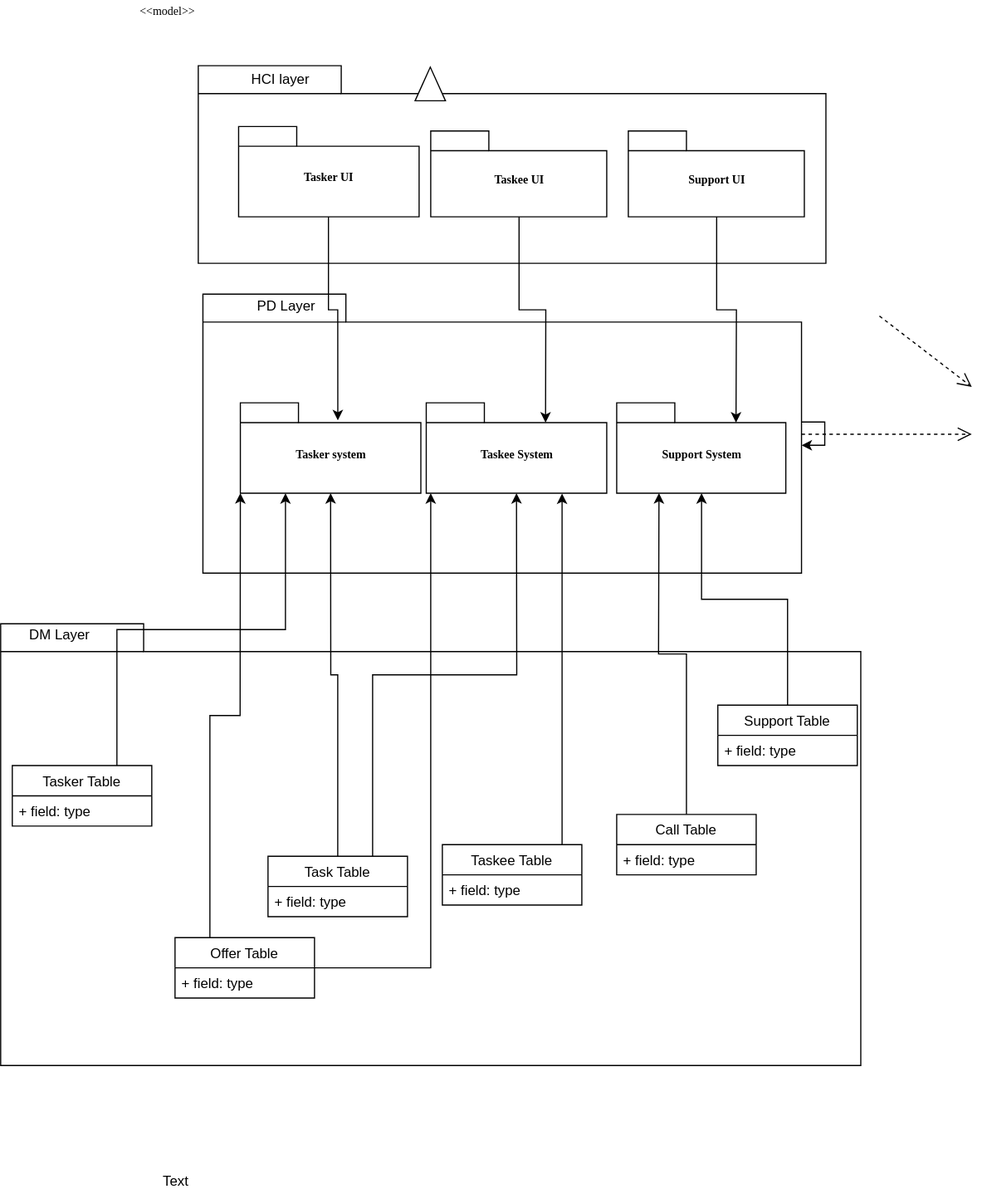
Earlier version of the draw.io export planning-and-analysis/functional-modeling/diagrams/package-diagram/Untitled Diagram.svg (hessamhz/software-engineering-project). Source tidied: cells renumbered, new cells last; positions are measured from the earlier drawing's top-left corner, leaving out a move shared by most shapes. Source of this version:
```xml
<mxGraphModel background="#ffffff">
  <root>
    <mxCell id="0" />
    <mxCell id="1" parent="0" />
    <mxCell id="2" style="shape=folder;fontStyle=1;spacingTop=10;tabWidth=123;tabHeight=24;tabPosition=left;html=1;rounded=0;shadow=0;comic=0;labelBackgroundColor=none;strokeColor=#000000;strokeWidth=1;fillColor=#ffffff;fontFamily=Verdana;fontSize=10;fontColor=#000000;align=center;" parent="1" vertex="1">
      <mxGeometry y="536" width="740" height="380" as="geometry" />
    </mxCell>
    <mxCell id="3" style="group;" parent="1" vertex="1">
      <mxGeometry x="170" y="56" width="540" height="170" as="geometry" />
    </mxCell>
    <mxCell id="4" style="shape=folder;fontStyle=1;spacingTop=10;tabWidth=123;tabHeight=24;tabPosition=left;html=1;rounded=0;shadow=0;comic=0;labelBackgroundColor=none;strokeWidth=1;fontFamily=Verdana;fontSize=10;align=center;" parent="3" vertex="1">
      <mxGeometry width="540" height="170" as="geometry" />
    </mxCell>
    <mxCell id="5" style="triangle;whiteSpace=wrap;html=1;rounded=0;shadow=0;comic=0;labelBackgroundColor=none;strokeWidth=1;fontFamily=Verdana;fontSize=10;align=center;rotation=-90;" parent="3" vertex="1">
      <mxGeometry x="185.1" y="2.6" width="28.9" height="26.2" as="geometry" />
    </mxCell>
    <mxCell id="6" value="Tasker UI" style="shape=folder;fontStyle=1;spacingTop=10;tabWidth=50;tabHeight=17;tabPosition=left;html=1;rounded=0;shadow=0;comic=0;labelBackgroundColor=none;strokeWidth=1;fontFamily=Verdana;fontSize=10;align=center;" parent="3" vertex="1">
      <mxGeometry x="34.7" y="52.3" width="155.3" height="77.7" as="geometry" />
    </mxCell>
    <mxCell id="7" value="Taskee UI" style="shape=folder;fontStyle=1;spacingTop=10;tabWidth=50;tabHeight=17;tabPosition=left;html=1;rounded=0;shadow=0;comic=0;labelBackgroundColor=none;strokeWidth=1;fontFamily=Verdana;fontSize=10;align=center;" parent="3" vertex="1">
      <mxGeometry x="200" y="56.1" width="151.4" height="73.8" as="geometry" />
    </mxCell>
    <mxCell id="8" value="HCI layer" style="text;html=1;strokeColor=none;fillColor=none;align=center;verticalAlign=middle;whiteSpace=wrap;rounded=0;" parent="3" vertex="1">
      <mxGeometry x="30" y="2" width="80" height="20" as="geometry" />
    </mxCell>
    <mxCell id="9" value="Support UI" style="shape=folder;fontStyle=1;spacingTop=10;tabWidth=50;tabHeight=17;tabPosition=left;html=1;rounded=0;shadow=0;comic=0;labelBackgroundColor=none;strokeWidth=1;fontFamily=Verdana;fontSize=10;align=center;" parent="3" vertex="1">
      <mxGeometry x="370" y="56.2" width="151.4" height="73.8" as="geometry" />
    </mxCell>
    <mxCell id="10" style="edgeStyle=elbowEdgeStyle;rounded=0;html=1;dashed=1;labelBackgroundColor=none;startFill=0;endArrow=open;endFill=0;endSize=10;fontFamily=Verdana;fontSize=10;elbow=vertical;" parent="1" edge="1" source="11">
      <mxGeometry relative="1" as="geometry">
        <mxPoint x="835.5" y="373" as="targetPoint" />
      </mxGeometry>
    </mxCell>
    <mxCell id="11" style="shape=folder;fontStyle=1;spacingTop=10;tabWidth=123;tabHeight=24;tabPosition=left;html=1;rounded=0;shadow=0;comic=0;labelBackgroundColor=none;strokeColor=#000000;strokeWidth=1;fillColor=#ffffff;fontFamily=Verdana;fontSize=10;fontColor=#000000;align=center;" parent="1" vertex="1">
      <mxGeometry x="174" y="252.5" width="515" height="240" as="geometry" />
    </mxCell>
    <mxCell id="12" style="edgeStyle=none;rounded=0;html=1;dashed=1;labelBackgroundColor=none;startFill=0;endArrow=open;endFill=0;endSize=10;fontFamily=Verdana;fontSize=10;exitX=1.002;exitY=0.668;exitPerimeter=0;" parent="1" edge="1">
      <mxGeometry relative="1" as="geometry">
        <mxPoint x="756.1" y="271.3" as="sourcePoint" />
        <mxPoint x="835.5" y="332.3" as="targetPoint" />
      </mxGeometry>
    </mxCell>
    <mxCell id="13" value="&amp;lt;&amp;lt;model&amp;gt;&amp;gt;" style="text;html=1;align=left;verticalAlign=top;spacingTop=-4;fontSize=10;fontFamily=Verdana;" parent="1" vertex="1">
      <mxGeometry x="117.5" y="0.5" width="130" height="20" as="geometry" />
    </mxCell>
    <mxCell id="14" value="PD Layer" style="text;html=1;strokeColor=none;fillColor=none;align=center;verticalAlign=middle;whiteSpace=wrap;rounded=0;" parent="1" vertex="1">
      <mxGeometry x="200" y="252.5" width="90" height="20" as="geometry" />
    </mxCell>
    <mxCell id="15" value="Tasker system" style="shape=folder;fontStyle=1;spacingTop=10;tabWidth=50;tabHeight=17;tabPosition=left;html=1;rounded=0;shadow=0;comic=0;labelBackgroundColor=none;strokeWidth=1;fontFamily=Verdana;fontSize=10;align=center;" parent="1" vertex="1">
      <mxGeometry x="206.2" y="346" width="155.3" height="77.7" as="geometry" />
    </mxCell>
    <mxCell id="16" value="Taskee System" style="shape=folder;fontStyle=1;spacingTop=10;tabWidth=50;tabHeight=17;tabPosition=left;html=1;rounded=0;shadow=0;comic=0;labelBackgroundColor=none;strokeWidth=1;fontFamily=Verdana;fontSize=10;align=center;" parent="1" vertex="1">
      <mxGeometry x="366.1" y="346" width="155.3" height="77.7" as="geometry" />
    </mxCell>
    <mxCell id="17" value="Support System" style="shape=folder;fontStyle=1;spacingTop=10;tabWidth=50;tabHeight=17;tabPosition=left;html=1;rounded=0;shadow=0;comic=0;labelBackgroundColor=none;strokeWidth=1;fontFamily=Verdana;fontSize=10;align=center;" parent="1" vertex="1">
      <mxGeometry x="530" y="346" width="145.5" height="77.7" as="geometry" />
    </mxCell>
    <mxCell id="18" style="edgeStyle=orthogonalEdgeStyle;rounded=0;jettySize=auto;html=1;entryX=0.54;entryY=0.193;entryDx=0;entryDy=0;entryPerimeter=0;" parent="1" edge="1" source="6" target="15">
      <mxGeometry relative="1" as="geometry" />
    </mxCell>
    <mxCell id="19" style="edgeStyle=orthogonalEdgeStyle;rounded=0;jettySize=auto;html=1;entryX=0;entryY=0;entryDx=102.645;entryDy=17;entryPerimeter=0;" parent="1" edge="1" source="7" target="16">
      <mxGeometry relative="1" as="geometry" />
    </mxCell>
    <mxCell id="20" style="edgeStyle=orthogonalEdgeStyle;rounded=0;jettySize=auto;html=1;entryX=0;entryY=0;entryDx=102.645;entryDy=17;entryPerimeter=0;" parent="1" edge="1" source="9" target="17">
      <mxGeometry relative="1" as="geometry" />
    </mxCell>
    <mxCell id="21" value="DM Layer" style="text;html=1;strokeColor=none;fillColor=none;align=center;verticalAlign=middle;whiteSpace=wrap;rounded=0;" parent="1" vertex="1">
      <mxGeometry x="10" y="536" width="80" height="20" as="geometry" />
    </mxCell>
    <mxCell id="22" style="edgeStyle=orthogonalEdgeStyle;rounded=0;jettySize=auto;html=1;exitX=0.75;exitY=0;exitDx=0;exitDy=0;entryX=0.5;entryY=1;entryDx=0;entryDy=0;entryPerimeter=0;" parent="1" edge="1" source="24" target="16">
      <mxGeometry relative="1" as="geometry" />
    </mxCell>
    <mxCell id="23" style="edgeStyle=orthogonalEdgeStyle;rounded=0;jettySize=auto;html=1;exitX=0.5;exitY=0;exitDx=0;exitDy=0;entryX=0.5;entryY=1;entryDx=0;entryDy=0;entryPerimeter=0;" parent="1" edge="1" source="24" target="15">
      <mxGeometry relative="1" as="geometry" />
    </mxCell>
    <mxCell id="24" value="Task Table" style="swimlane;fontStyle=0;horizontal=1;startSize=26;fillColor=none;" parent="1" vertex="1">
      <mxGeometry x="230" y="736" width="120" height="52" as="geometry" />
    </mxCell>
    <mxCell id="25" value="+ field: type" style="text;strokeColor=none;fillColor=none;align=left;verticalAlign=top;spacingLeft=4;spacingRight=4;overflow=hidden;" parent="24" vertex="1">
      <mxGeometry y="26" width="120" height="26" as="geometry" />
    </mxCell>
    <mxCell id="26" style="edgeStyle=orthogonalEdgeStyle;rounded=0;jettySize=auto;html=1;entryX=0.75;entryY=1;entryDx=0;entryDy=0;entryPerimeter=0;" parent="1" edge="1" source="27" target="16">
      <mxGeometry relative="1" as="geometry">
        <Array as="points">
          <mxPoint x="483" y="656" />
          <mxPoint x="483" y="656" />
        </Array>
      </mxGeometry>
    </mxCell>
    <mxCell id="27" value="Taskee Table" style="swimlane;fontStyle=0;horizontal=1;startSize=26;fillColor=none;" parent="1" vertex="1">
      <mxGeometry x="380" y="726" width="120" height="52" as="geometry" />
    </mxCell>
    <mxCell id="28" value="+ field: type" style="text;strokeColor=none;fillColor=none;align=left;verticalAlign=top;spacingLeft=4;spacingRight=4;overflow=hidden;" parent="27" vertex="1">
      <mxGeometry y="26" width="120" height="26" as="geometry" />
    </mxCell>
    <mxCell id="29" value="Text" style="text;html=1;strokeColor=none;fillColor=none;align=center;verticalAlign=middle;whiteSpace=wrap;rounded=0;" parent="1" vertex="1">
      <mxGeometry x="130" y="1006" width="40" height="20" as="geometry" />
    </mxCell>
    <mxCell id="30" style="edgeStyle=orthogonalEdgeStyle;rounded=0;jettySize=auto;html=1;exitX=0.75;exitY=0;exitDx=0;exitDy=0;entryX=0.25;entryY=1;entryDx=0;entryDy=0;entryPerimeter=0;" parent="1" edge="1" source="31" target="15">
      <mxGeometry relative="1" as="geometry" />
    </mxCell>
    <mxCell id="31" value="Tasker Table" style="swimlane;fontStyle=0;horizontal=1;startSize=26;fillColor=none;" parent="1" vertex="1">
      <mxGeometry x="10" y="658" width="120" height="52" as="geometry" />
    </mxCell>
    <mxCell id="32" value="+ field: type" style="text;strokeColor=none;fillColor=none;align=left;verticalAlign=top;spacingLeft=4;spacingRight=4;overflow=hidden;" parent="31" vertex="1">
      <mxGeometry y="26" width="120" height="26" as="geometry" />
    </mxCell>
    <mxCell id="33" style="edgeStyle=orthogonalEdgeStyle;rounded=0;jettySize=auto;html=1;" parent="1" edge="1" source="34" target="17">
      <mxGeometry relative="1" as="geometry" />
    </mxCell>
    <mxCell id="34" value="Support Table" style="swimlane;fontStyle=0;horizontal=1;startSize=26;fillColor=none;" parent="1" vertex="1">
      <mxGeometry x="617" y="606" width="120" height="52" as="geometry" />
    </mxCell>
    <mxCell id="35" value="+ field: type" style="text;strokeColor=none;fillColor=none;align=left;verticalAlign=top;spacingLeft=4;spacingRight=4;overflow=hidden;" parent="34" vertex="1">
      <mxGeometry y="26" width="120" height="26" as="geometry" />
    </mxCell>
    <mxCell id="36" style="edgeStyle=orthogonalEdgeStyle;rounded=0;orthogonalLoop=1;jettySize=auto;html=1;" parent="1" edge="1" source="11" target="11">
      <mxGeometry relative="1" as="geometry" />
    </mxCell>
    <mxCell id="37" style="edgeStyle=orthogonalEdgeStyle;rounded=0;jettySize=auto;html=1;" parent="1" edge="1" source="39" target="16">
      <mxGeometry relative="1" as="geometry">
        <Array as="points">
          <mxPoint x="370" y="832" />
        </Array>
      </mxGeometry>
    </mxCell>
    <mxCell id="38" style="edgeStyle=orthogonalEdgeStyle;rounded=0;jettySize=auto;html=1;exitX=0.25;exitY=0;exitDx=0;exitDy=0;entryX=0;entryY=0;entryDx=0;entryDy=77.69;entryPerimeter=0;" parent="1" edge="1" source="39" target="15">
      <mxGeometry relative="1" as="geometry" />
    </mxCell>
    <mxCell id="39" value="Offer Table" style="swimlane;fontStyle=0;horizontal=1;startSize=26;fillColor=none;" parent="1" vertex="1">
      <mxGeometry x="150" y="806" width="120" height="52" as="geometry" />
    </mxCell>
    <mxCell id="40" value="+ field: type" style="text;strokeColor=none;fillColor=none;align=left;verticalAlign=top;spacingLeft=4;spacingRight=4;overflow=hidden;" parent="39" vertex="1">
      <mxGeometry y="26" width="120" height="26" as="geometry" />
    </mxCell>
    <mxCell id="41" style="edgeStyle=orthogonalEdgeStyle;rounded=0;jettySize=auto;html=1;entryX=0.25;entryY=1;entryDx=0;entryDy=0;entryPerimeter=0;" parent="1" edge="1" source="42" target="17">
      <mxGeometry relative="1" as="geometry" />
    </mxCell>
    <mxCell id="42" value="Call Table" style="swimlane;fontStyle=0;horizontal=1;startSize=26;fillColor=none;" parent="1" vertex="1">
      <mxGeometry x="530" y="700" width="120" height="52" as="geometry" />
    </mxCell>
    <mxCell id="43" value="+ field: type" style="text;strokeColor=none;fillColor=none;align=left;verticalAlign=top;spacingLeft=4;spacingRight=4;overflow=hidden;" parent="42" vertex="1">
      <mxGeometry y="26" width="120" height="26" as="geometry" />
    </mxCell>
  </root>
</mxGraphModel>
```
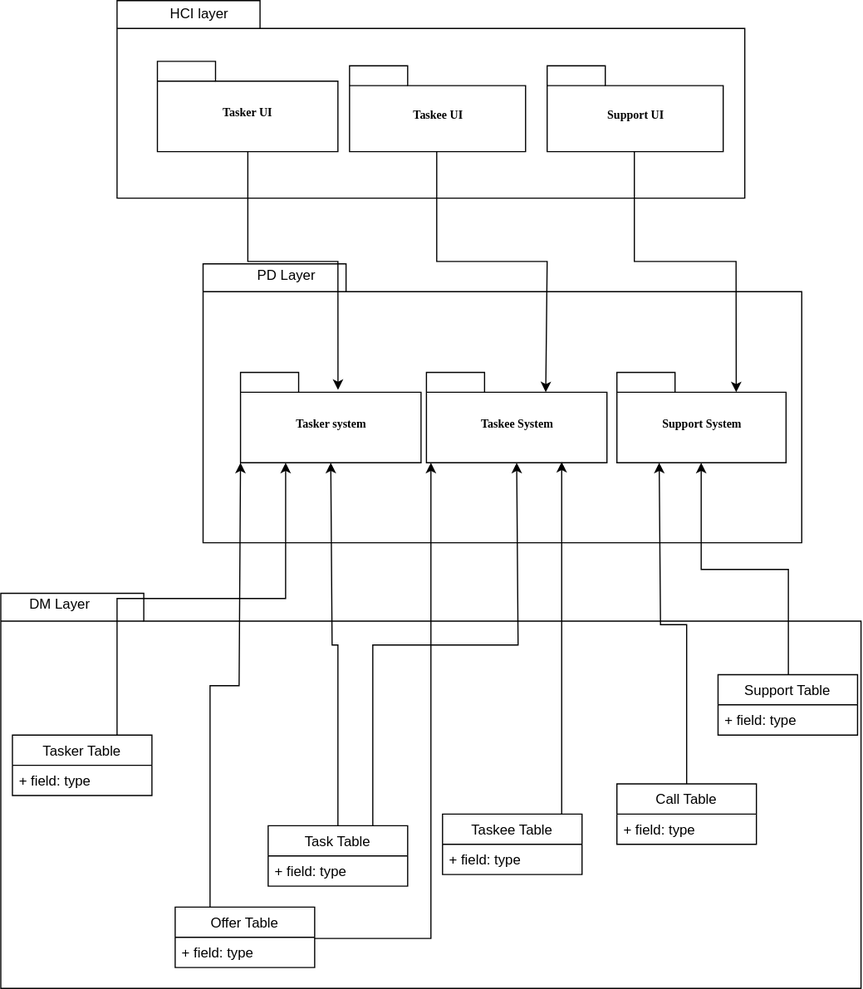
After the commit.

The edit, as a diff of the source:
```diff
@@ -3,17 +3,14 @@
     <mxCell id="0" />
     <mxCell id="1" parent="0" />
     <mxCell id="2" style="shape=folder;fontStyle=1;spacingTop=10;tabWidth=123;tabHeight=24;tabPosition=left;html=1;rounded=0;shadow=0;comic=0;labelBackgroundColor=none;strokeColor=#000000;strokeWidth=1;fillColor=#ffffff;fontFamily=Verdana;fontSize=10;fontColor=#000000;align=center;" parent="1" vertex="1">
-      <mxGeometry y="536" width="740" height="380" as="geometry" />
+      <mxGeometry y="536" width="740" height="340" as="geometry" />
     </mxCell>
     <mxCell id="3" style="group;" parent="1" vertex="1">
-      <mxGeometry x="170" y="56" width="540" height="170" as="geometry" />
+      <mxGeometry x="100" y="26" width="540" height="170" as="geometry" />
     </mxCell>
     <mxCell id="4" style="shape=folder;fontStyle=1;spacingTop=10;tabWidth=123;tabHeight=24;tabPosition=left;html=1;rounded=0;shadow=0;comic=0;labelBackgroundColor=none;strokeWidth=1;fontFamily=Verdana;fontSize=10;align=center;" parent="3" vertex="1">
       <mxGeometry width="540" height="170" as="geometry" />
     </mxCell>
-    <mxCell id="5" style="triangle;whiteSpace=wrap;html=1;rounded=0;shadow=0;comic=0;labelBackgroundColor=none;strokeWidth=1;fontFamily=Verdana;fontSize=10;align=center;rotation=-90;" parent="3" vertex="1">
-      <mxGeometry x="185.1" y="2.6" width="28.9" height="26.2" as="geometry" />
-    </mxCell>
     <mxCell id="6" value="Tasker UI" style="shape=folder;fontStyle=1;spacingTop=10;tabWidth=50;tabHeight=17;tabPosition=left;html=1;rounded=0;shadow=0;comic=0;labelBackgroundColor=none;strokeWidth=1;fontFamily=Verdana;fontSize=10;align=center;" parent="3" vertex="1">
       <mxGeometry x="34.7" y="52.3" width="155.3" height="77.7" as="geometry" />
     </mxCell>
@@ -26,23 +23,9 @@
     <mxCell id="9" value="Support UI" style="shape=folder;fontStyle=1;spacingTop=10;tabWidth=50;tabHeight=17;tabPosition=left;html=1;rounded=0;shadow=0;comic=0;labelBackgroundColor=none;strokeWidth=1;fontFamily=Verdana;fontSize=10;align=center;" parent="3" vertex="1">
       <mxGeometry x="370" y="56.2" width="151.4" height="73.8" as="geometry" />
     </mxCell>
-    <mxCell id="10" style="edgeStyle=elbowEdgeStyle;rounded=0;html=1;dashed=1;labelBackgroundColor=none;startFill=0;endArrow=open;endFill=0;endSize=10;fontFamily=Verdana;fontSize=10;elbow=vertical;" parent="1" edge="1" source="11">
-      <mxGeometry relative="1" as="geometry">
-        <mxPoint x="835.5" y="373" as="targetPoint" />
-      </mxGeometry>
-    </mxCell>
     <mxCell id="11" style="shape=folder;fontStyle=1;spacingTop=10;tabWidth=123;tabHeight=24;tabPosition=left;html=1;rounded=0;shadow=0;comic=0;labelBackgroundColor=none;strokeColor=#000000;strokeWidth=1;fillColor=#ffffff;fontFamily=Verdana;fontSize=10;fontColor=#000000;align=center;" parent="1" vertex="1">
       <mxGeometry x="174" y="252.5" width="515" height="240" as="geometry" />
     </mxCell>
-    <mxCell id="12" style="edgeStyle=none;rounded=0;html=1;dashed=1;labelBackgroundColor=none;startFill=0;endArrow=open;endFill=0;endSize=10;fontFamily=Verdana;fontSize=10;exitX=1.002;exitY=0.668;exitPerimeter=0;" parent="1" edge="1">
-      <mxGeometry relative="1" as="geometry">
-        <mxPoint x="756.1" y="271.3" as="sourcePoint" />
-        <mxPoint x="835.5" y="332.3" as="targetPoint" />
-      </mxGeometry>
-    </mxCell>
-    <mxCell id="13" value="&amp;lt;&amp;lt;model&amp;gt;&amp;gt;" style="text;html=1;align=left;verticalAlign=top;spacingTop=-4;fontSize=10;fontFamily=Verdana;" parent="1" vertex="1">
-      <mxGeometry x="117.5" y="0.5" width="130" height="20" as="geometry" />
-    </mxCell>
     <mxCell id="14" value="PD Layer" style="text;html=1;strokeColor=none;fillColor=none;align=center;verticalAlign=middle;whiteSpace=wrap;rounded=0;" parent="1" vertex="1">
       <mxGeometry x="200" y="252.5" width="90" height="20" as="geometry" />
     </mxCell>
@@ -93,9 +76,6 @@
     <mxCell id="28" value="+ field: type" style="text;strokeColor=none;fillColor=none;align=left;verticalAlign=top;spacingLeft=4;spacingRight=4;overflow=hidden;" parent="27" vertex="1">
       <mxGeometry y="26" width="120" height="26" as="geometry" />
     </mxCell>
-    <mxCell id="29" value="Text" style="text;html=1;strokeColor=none;fillColor=none;align=center;verticalAlign=middle;whiteSpace=wrap;rounded=0;" parent="1" vertex="1">
-      <mxGeometry x="130" y="1006" width="40" height="20" as="geometry" />
-    </mxCell>
     <mxCell id="30" style="edgeStyle=orthogonalEdgeStyle;rounded=0;jettySize=auto;html=1;exitX=0.75;exitY=0;exitDx=0;exitDy=0;entryX=0.25;entryY=1;entryDx=0;entryDy=0;entryPerimeter=0;" parent="1" edge="1" source="31" target="15">
       <mxGeometry relative="1" as="geometry" />
     </mxCell>
@@ -114,9 +94,6 @@
     <mxCell id="35" value="+ field: type" style="text;strokeColor=none;fillColor=none;align=left;verticalAlign=top;spacingLeft=4;spacingRight=4;overflow=hidden;" parent="34" vertex="1">
       <mxGeometry y="26" width="120" height="26" as="geometry" />
     </mxCell>
-    <mxCell id="36" style="edgeStyle=orthogonalEdgeStyle;rounded=0;orthogonalLoop=1;jettySize=auto;html=1;" parent="1" edge="1" source="11" target="11">
-      <mxGeometry relative="1" as="geometry" />
-    </mxCell>
     <mxCell id="37" style="edgeStyle=orthogonalEdgeStyle;rounded=0;jettySize=auto;html=1;" parent="1" edge="1" source="39" target="16">
       <mxGeometry relative="1" as="geometry">
         <Array as="points">
```
